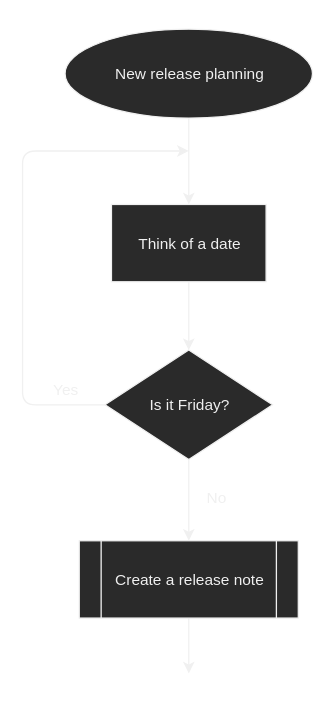
The draw.io diagram Reference project/Documents/Planning/New release diagram.svg in priest103/kb-obsidian-template, before a commit. Source tidied: cells renumbered, new cells last; positions are measured from the earlier drawing's top-left corner, leaving out a move shared by most shapes.
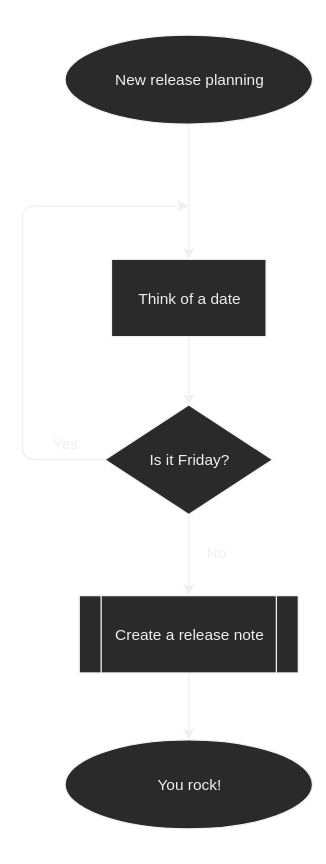
The same file after the commit.

Commit message:
vault backup: 2023-05-18 09:38:43

What changed in the source:
```diff
@@ -31,10 +31,8 @@
     <mxCell id="9" value="Yes" style="text;html=1;strokeColor=none;fillColor=none;align=center;verticalAlign=middle;whiteSpace=wrap;rounded=0;" parent="1" vertex="1">
       <mxGeometry x="13" y="269" width="40" height="20" as="geometry" />
     </mxCell>
-    <mxCell id="10" style="edgeStyle=elbowEdgeStyle;html=1;" parent="1" edge="1" source="11">
-      <mxGeometry relative="1" as="geometry">
-        <mxPoint x="129" y="538" as="targetPoint" />
-      </mxGeometry>
+    <mxCell id="10" style="edgeStyle=elbowEdgeStyle;html=1;" parent="1" edge="1" source="11" target="13">
+      <mxGeometry relative="1" as="geometry" />
     </mxCell>
     <mxCell id="11" value="Create a release note" style="shape=process;whiteSpace=wrap;html=1;backgroundOutline=1;" parent="1" vertex="1">
       <mxGeometry x="44" y="397" width="170" height="60" as="geometry" />
@@ -42,5 +40,8 @@
     <mxCell id="12" value="No" style="text;html=1;strokeColor=none;fillColor=none;align=center;verticalAlign=middle;whiteSpace=wrap;rounded=0;" parent="1" vertex="1">
       <mxGeometry x="130" y="353" width="40" height="20" as="geometry" />
     </mxCell>
+    <mxCell id="13" value="You rock!" style="ellipse;whiteSpace=wrap;html=1;" parent="1" vertex="1">
+      <mxGeometry x="33" y="547" width="192" height="69" as="geometry" />
+    </mxCell>
   </root>
 </mxGraphModel>
```
